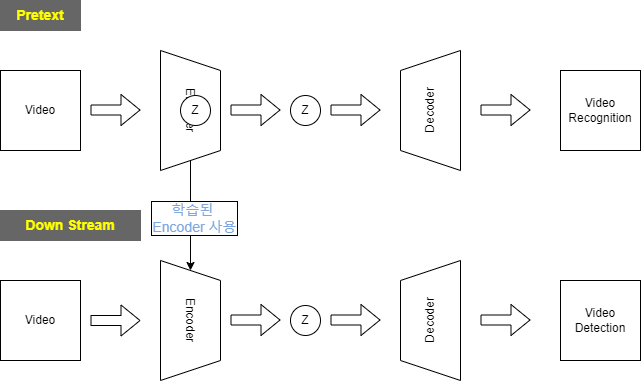
This is 연구주제.drawio.png from Kyoungrae-Noh/Self-Supervised-Learning, a draw.io export, as it was before one commit. Source tidied: cells renumbered, new cells last; positions are measured from the earlier drawing's top-left corner, leaving out a move shared by most shapes.
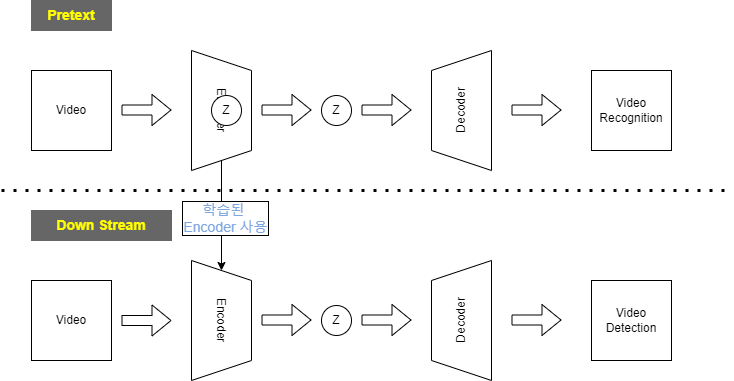
After the commit.

Commit message:
연구주제.drawio.png 업데이트

Diff of the diagram source:
```diff
@@ -99,5 +99,11 @@
         <mxPoint x="380" y="319.5" as="targetPoint" />
       </mxGeometry>
     </mxCell>
+    <mxCell id="25" style="endArrow=none;dashed=1;html=1;dashPattern=1 3;strokeWidth=3;rounded=0;fontSize=14;fontColor=#7EA6E0;fillColor=#FFFFFF;" parent="1" edge="1">
+      <mxGeometry relative="1" as="geometry">
+        <mxPoint x="-30" y="190" as="sourcePoint" />
+        <mxPoint x="700" y="190" as="targetPoint" />
+      </mxGeometry>
+    </mxCell>
   </root>
 </mxGraphModel>
```
